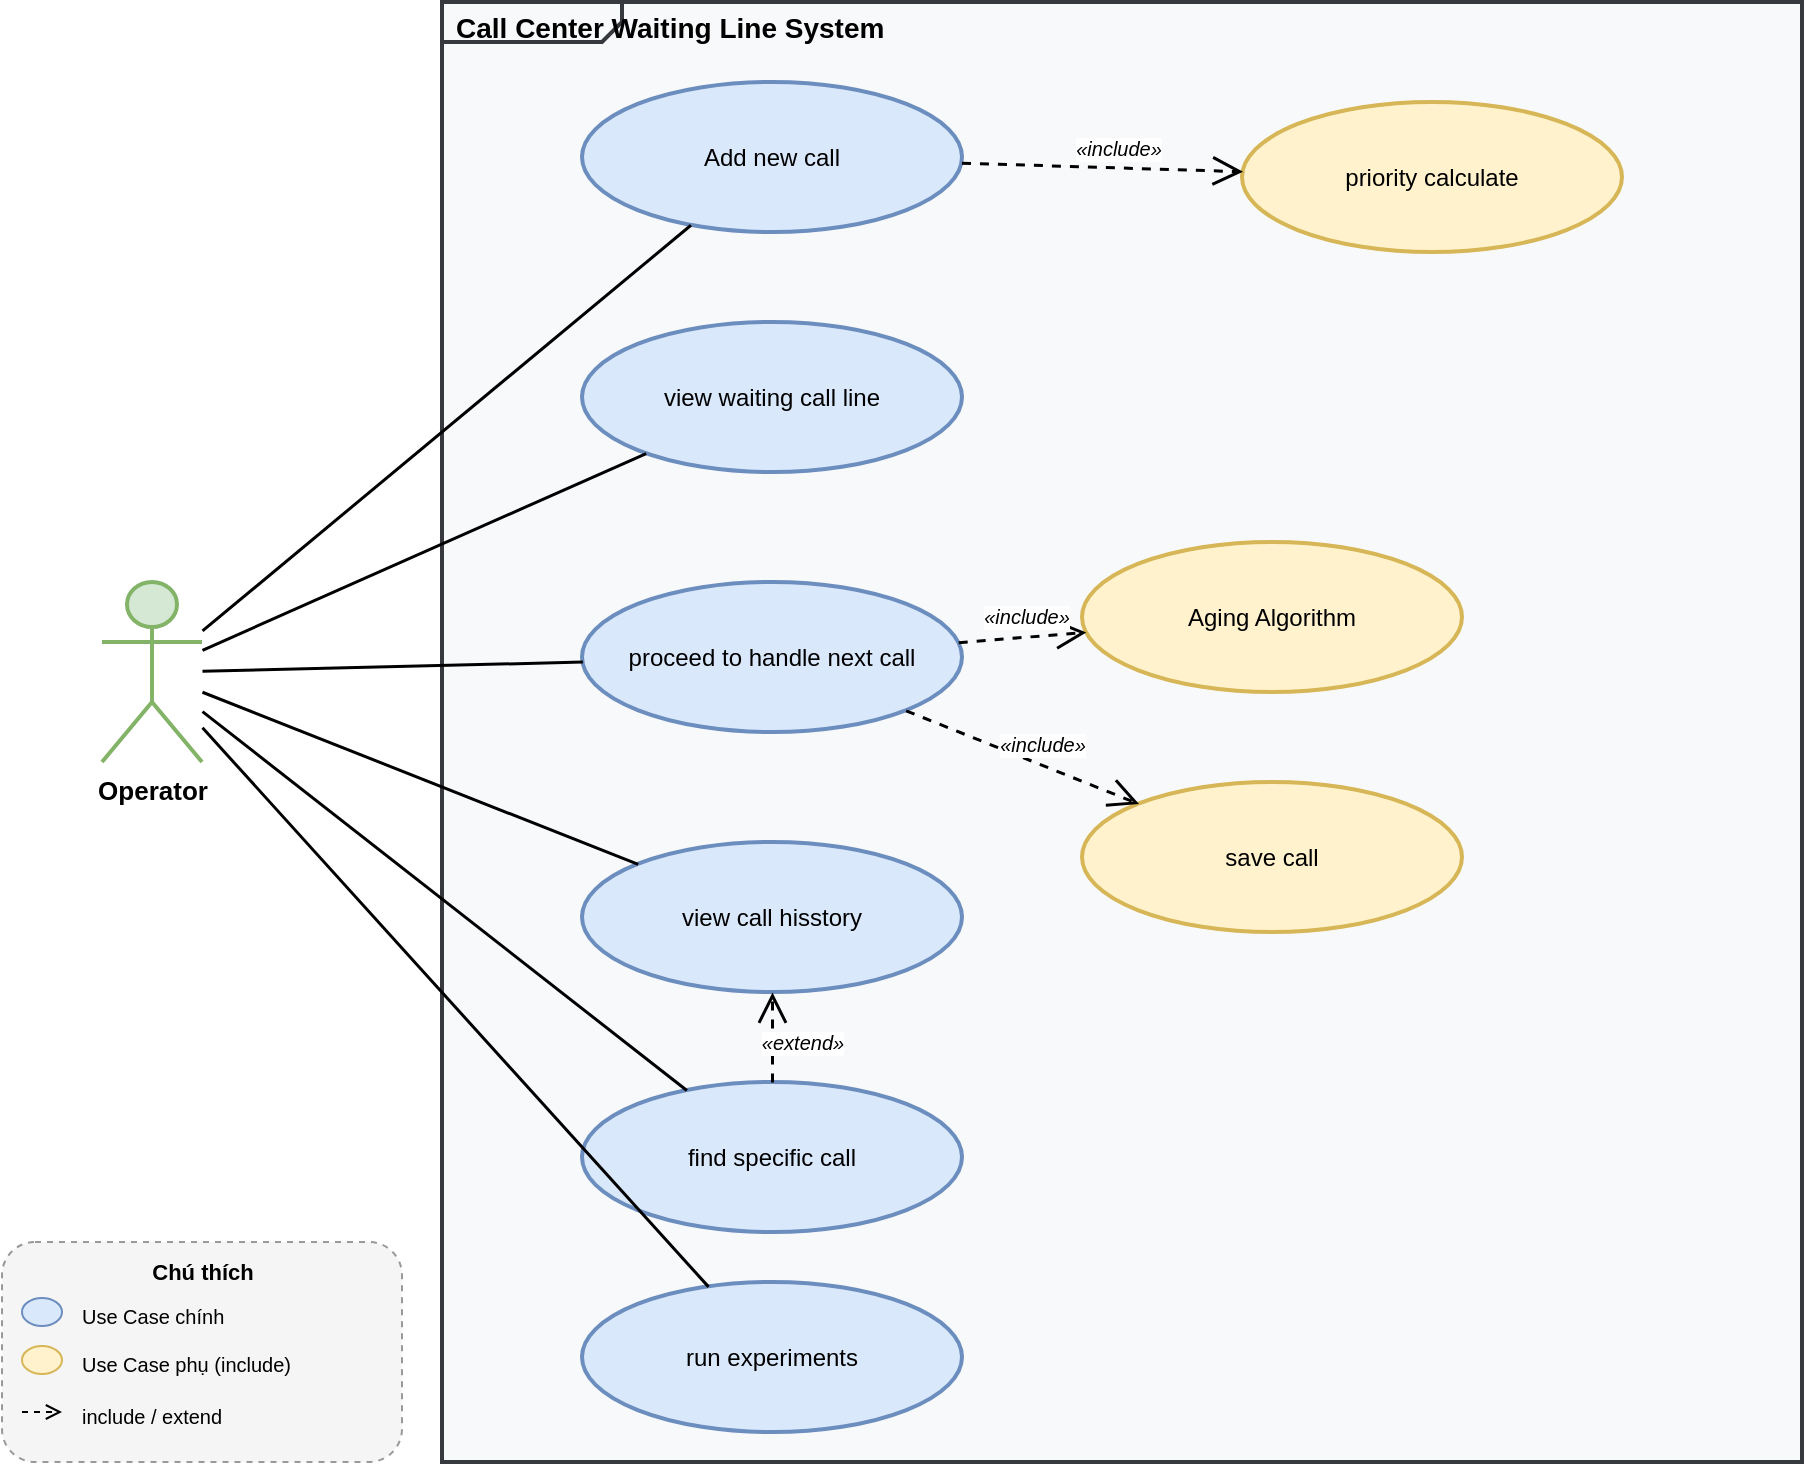
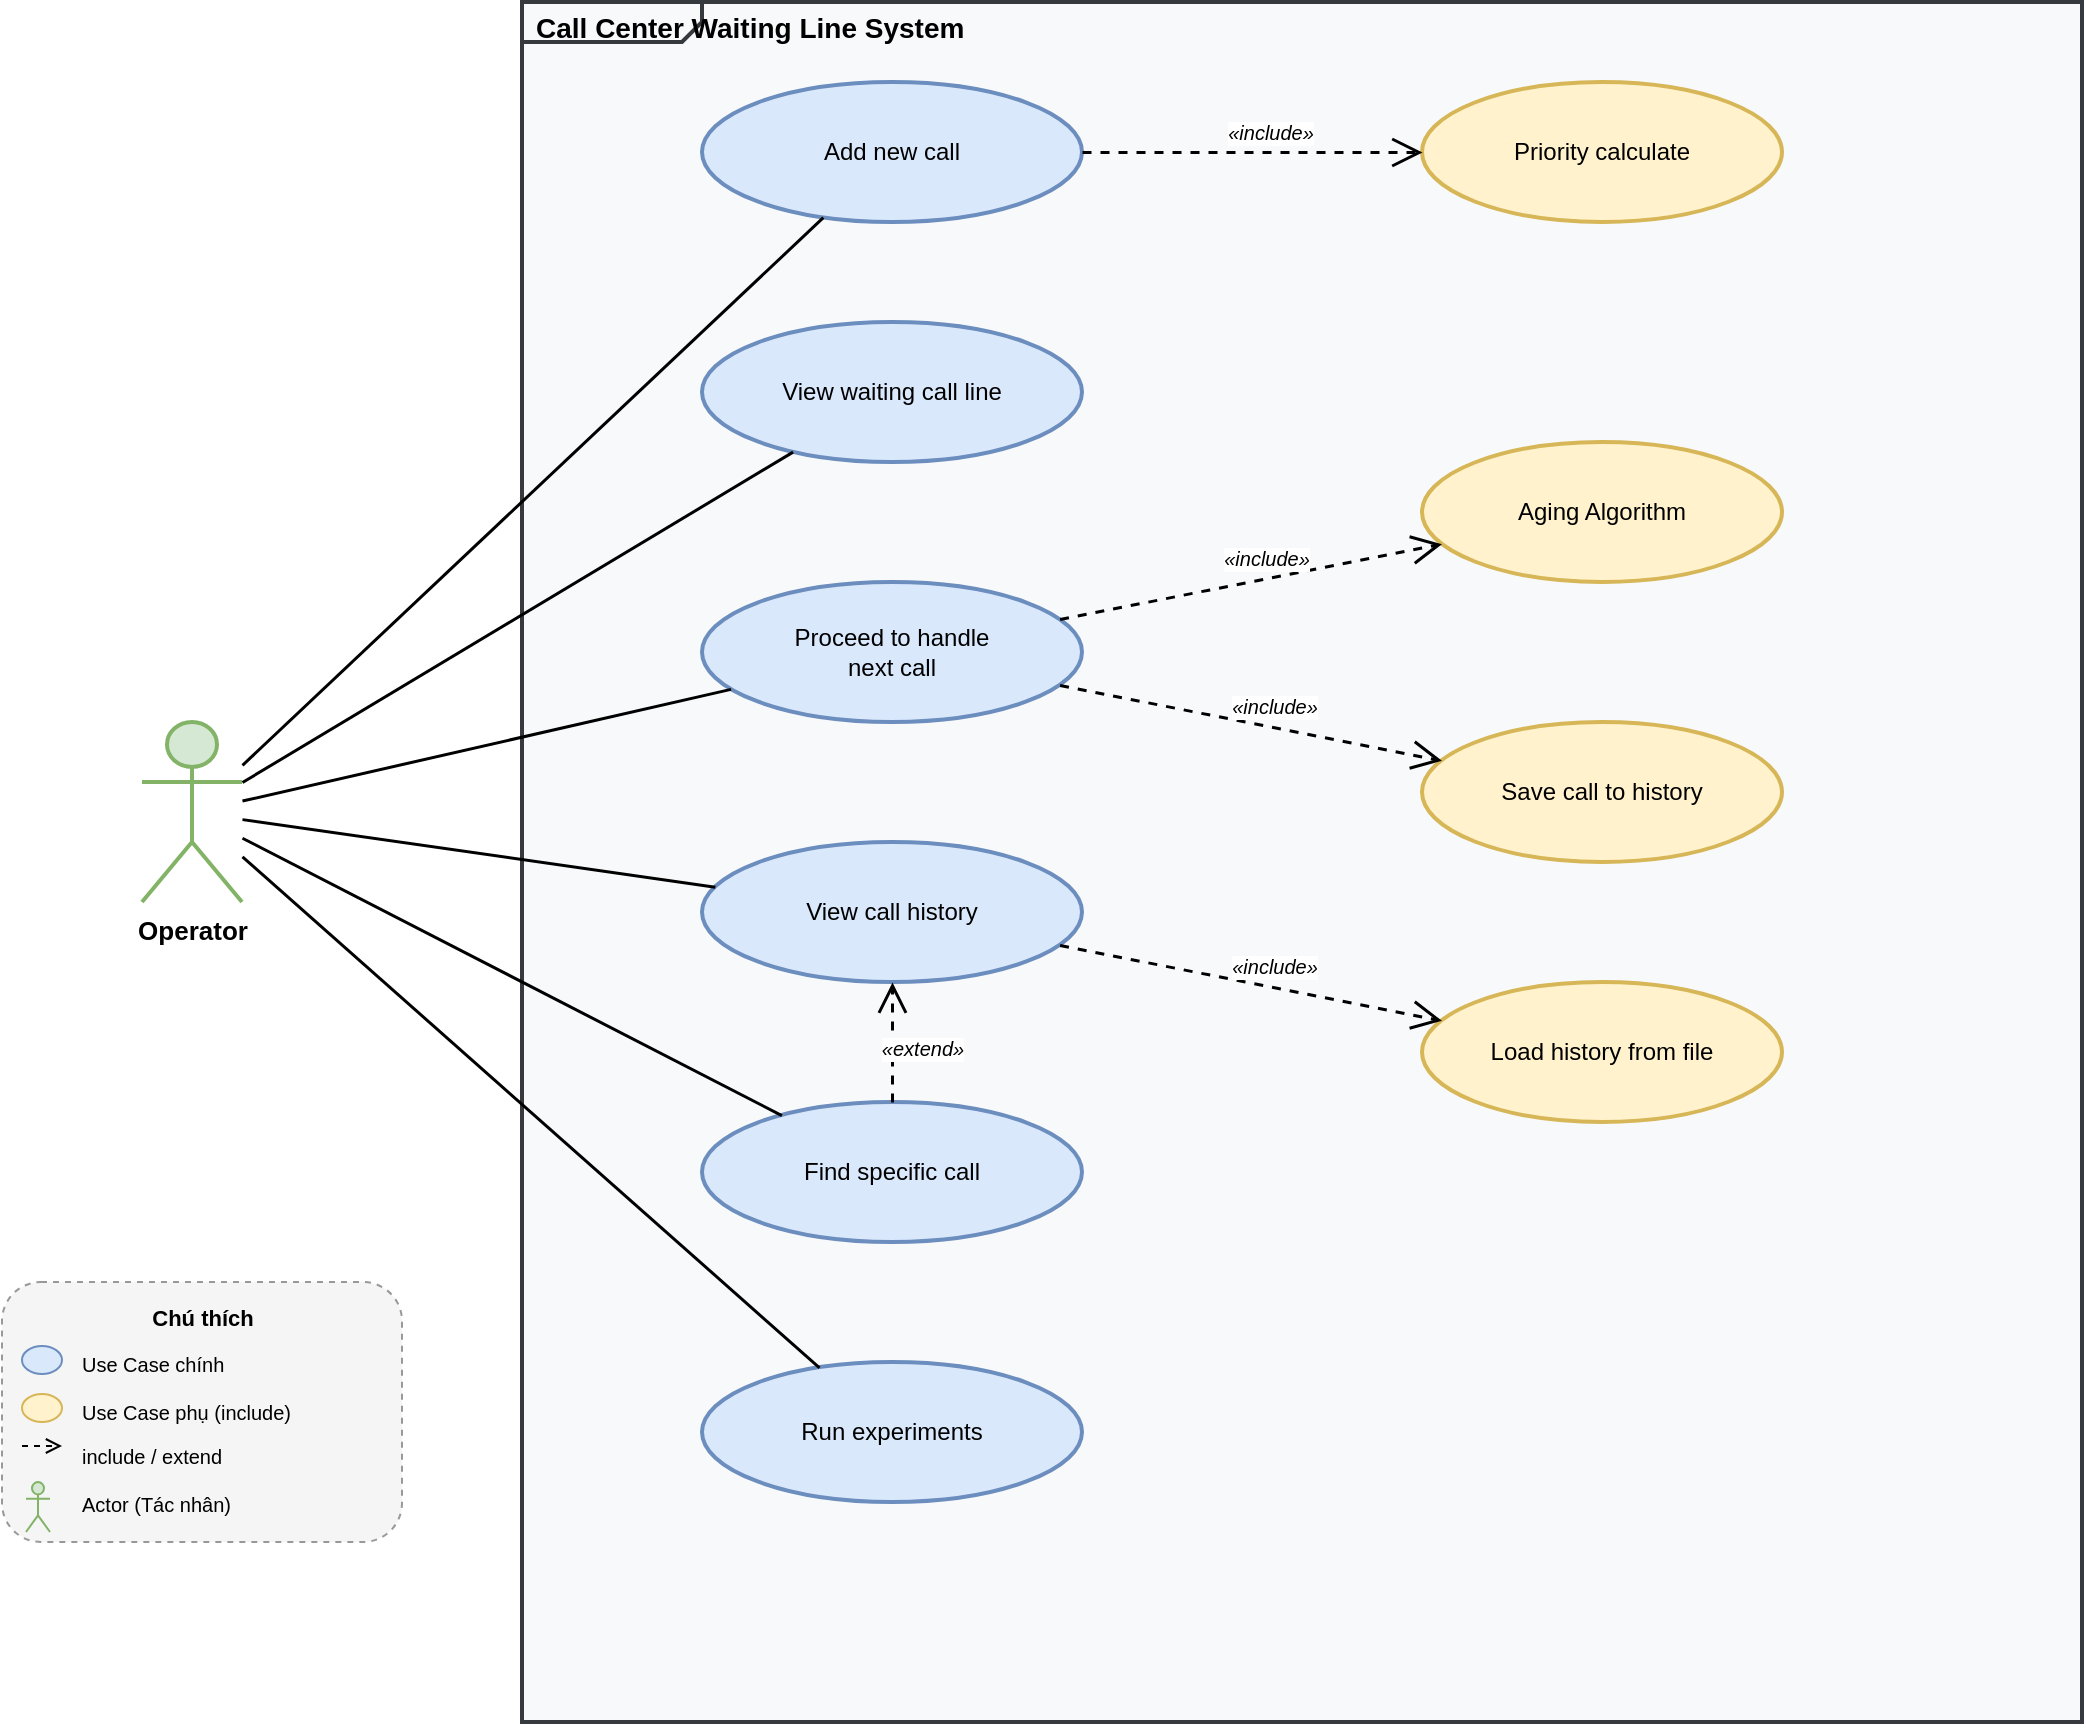
<mxfile host="Electron" agent="Antigravity">
  <diagram id="use-case-diagram" name="Use Case Diagram">
-     <mxGraphModel dx="1032" dy="749" grid="1" gridSize="10" guides="1" tooltips="1" connect="1" arrows="1" fold="1" page="1" pageScale="1" pageWidth="1169" pageHeight="827" math="0" shadow="0">
+     <mxGraphModel dx="1200" dy="900" grid="1" gridSize="10" guides="1" tooltips="1" connect="1" arrows="1" fold="1" page="1" pageScale="1" pageWidth="1400" pageHeight="1000" math="0" shadow="0">
      <root>
        <mxCell id="0" />
        <mxCell id="1" parent="0" />
+ 
        <mxCell id="sys_boundary" parent="1" style="shape=mxgraph.sysml.package;html=1;whiteSpace=wrap;align=left;verticalAlign=top;spacingTop=-2;spacingLeft=5;fontSize=14;strokeColor=#36393d;fillColor=#F8F9FA;strokeWidth=2;labelBackgroundColor=none;overflow=hidden;" value="&lt;b&gt;Call Center Waiting Line System&lt;/b&gt;" vertex="1">
-           <mxGeometry height="730" width="680" x="240" y="40" as="geometry" />
+           <mxGeometry height="860" width="780" x="280" y="40" as="geometry" />
        </mxCell>
+ 
        <mxCell id="actor_operator" parent="1" style="shape=umlActor;verticalLabelPosition=bottom;verticalAlign=top;html=1;outlineConnect=0;fillColor=#d5e8d4;strokeColor=#82b366;strokeWidth=2;fontSize=13;fontStyle=1;" value="Operator" vertex="1">
-           <mxGeometry height="90" width="50" x="70" y="330" as="geometry" />
+           <mxGeometry height="90" width="50" x="90" y="400" as="geometry" />
        </mxCell>
+ 
        <mxCell id="uc1" parent="1" style="ellipse;whiteSpace=wrap;html=1;fillColor=#dae8fc;strokeColor=#6c8ebf;strokeWidth=2;fontSize=12;" value="Add new call" vertex="1">
-           <mxGeometry height="75" width="190" x="310" y="80" as="geometry" />
+           <mxGeometry height="70" width="190" x="370" y="80" as="geometry" />
        </mxCell>
-         <mxCell id="uc2" parent="1" style="ellipse;whiteSpace=wrap;html=1;fillColor=#dae8fc;strokeColor=#6c8ebf;strokeWidth=2;fontSize=12;" value="view waiting call line" vertex="1">
-           <mxGeometry height="75" width="190" x="310" y="200" as="geometry" />
+ 
+         <mxCell id="uc2" parent="1" style="ellipse;whiteSpace=wrap;html=1;fillColor=#dae8fc;strokeColor=#6c8ebf;strokeWidth=2;fontSize=12;" value="View waiting call line" vertex="1">
+           <mxGeometry height="70" width="190" x="370" y="200" as="geometry" />
        </mxCell>
-         <mxCell id="uc3" parent="1" style="ellipse;whiteSpace=wrap;html=1;fillColor=#dae8fc;strokeColor=#6c8ebf;strokeWidth=2;fontSize=12;" value="proceed to handle next call" vertex="1">
-           <mxGeometry height="75" width="190" x="310" y="330" as="geometry" />
+ 
+         <mxCell id="uc3" parent="1" style="ellipse;whiteSpace=wrap;html=1;fillColor=#dae8fc;strokeColor=#6c8ebf;strokeWidth=2;fontSize=12;" value="Proceed to handle&lt;br&gt;next call" vertex="1">
+           <mxGeometry height="70" width="190" x="370" y="330" as="geometry" />
        </mxCell>
-         <mxCell id="uc4" parent="1" style="ellipse;whiteSpace=wrap;html=1;fillColor=#dae8fc;strokeColor=#6c8ebf;strokeWidth=2;fontSize=12;" value="view call hisstory" vertex="1">
-           <mxGeometry height="75" width="190" x="310" y="460" as="geometry" />
+ 
+         <mxCell id="uc4" parent="1" style="ellipse;whiteSpace=wrap;html=1;fillColor=#dae8fc;strokeColor=#6c8ebf;strokeWidth=2;fontSize=12;" value="View call history" vertex="1">
+           <mxGeometry height="70" width="190" x="370" y="460" as="geometry" />
        </mxCell>
-         <mxCell id="uc5" parent="1" style="ellipse;whiteSpace=wrap;html=1;fillColor=#dae8fc;strokeColor=#6c8ebf;strokeWidth=2;fontSize=12;" value="find specific call" vertex="1">
-           <mxGeometry height="75" width="190" x="310" y="580" as="geometry" />
+ 
+         <mxCell id="uc5" parent="1" style="ellipse;whiteSpace=wrap;html=1;fillColor=#dae8fc;strokeColor=#6c8ebf;strokeWidth=2;fontSize=12;" value="Find specific call" vertex="1">
+           <mxGeometry height="70" width="190" x="370" y="590" as="geometry" />
        </mxCell>
-         <mxCell id="uc6" parent="1" style="ellipse;whiteSpace=wrap;html=1;fillColor=#dae8fc;strokeColor=#6c8ebf;strokeWidth=2;fontSize=12;" value="run experiments" vertex="1">
-           <mxGeometry height="75" width="190" x="310" y="680" as="geometry" />
+ 
+         <mxCell id="uc6" parent="1" style="ellipse;whiteSpace=wrap;html=1;fillColor=#dae8fc;strokeColor=#6c8ebf;strokeWidth=2;fontSize=12;" value="Run experiments" vertex="1">
+           <mxGeometry height="70" width="190" x="370" y="720" as="geometry" />
        </mxCell>
-         <mxCell id="uc7" parent="1" style="ellipse;whiteSpace=wrap;html=1;fillColor=#fff2cc;strokeColor=#d6b656;strokeWidth=2;fontSize=12;" value="priority calculate" vertex="1">
-           <mxGeometry height="75" width="190" x="640" y="90" as="geometry" />
+ 
+         <mxCell id="uc7" parent="1" style="ellipse;whiteSpace=wrap;html=1;fillColor=#fff2cc;strokeColor=#d6b656;strokeWidth=2;fontSize=12;" value="Priority calculate" vertex="1">
+           <mxGeometry height="70" width="180" x="730" y="80" as="geometry" />
        </mxCell>
-         <mxCell id="uc8" parent="1" style="ellipse;whiteSpace=wrap;html=1;fillColor=#fff2cc;strokeColor=#d6b656;strokeWidth=2;fontSize=12;" value="&lt;div&gt;&lt;span style=&quot;background-color: transparent; color: light-dark(rgb(0, 0, 0), rgb(255, 255, 255));&quot;&gt;Aging Algorithm&lt;/span&gt;&lt;/div&gt;" vertex="1">
-           <mxGeometry height="75" width="190" x="560" y="310" as="geometry" />
+ 
+         <mxCell id="uc8" parent="1" style="ellipse;whiteSpace=wrap;html=1;fillColor=#fff2cc;strokeColor=#d6b656;strokeWidth=2;fontSize=12;" value="Aging Algorithm" vertex="1">
+           <mxGeometry height="70" width="180" x="730" y="260" as="geometry" />
        </mxCell>
-         <mxCell id="uc9" parent="1" style="ellipse;whiteSpace=wrap;html=1;fillColor=#fff2cc;strokeColor=#d6b656;strokeWidth=2;fontSize=12;" value="save call" vertex="1">
-           <mxGeometry height="75" width="190" x="560" y="430" as="geometry" />
+ 
+         <mxCell id="uc9" parent="1" style="ellipse;whiteSpace=wrap;html=1;fillColor=#fff2cc;strokeColor=#d6b656;strokeWidth=2;fontSize=12;" value="Save call to history" vertex="1">
+           <mxGeometry height="70" width="180" x="730" y="400" as="geometry" />
        </mxCell>
+ 
+         <mxCell id="uc10" parent="1" style="ellipse;whiteSpace=wrap;html=1;fillColor=#fff2cc;strokeColor=#d6b656;strokeWidth=2;fontSize=12;" value="Load history from file" vertex="1">
+           <mxGeometry height="70" width="180" x="730" y="530" as="geometry" />
+         </mxCell>
+ 
        <mxCell id="assoc_1" edge="1" parent="1" source="actor_operator" style="endArrow=none;html=1;strokeWidth=1.5;" target="uc1">
          <mxGeometry relative="1" as="geometry" />
        </mxCell>
        <mxCell id="assoc_2" edge="1" parent="1" source="actor_operator" style="endArrow=none;html=1;strokeWidth=1.5;" target="uc2">
          <mxGeometry relative="1" as="geometry" />
        </mxCell>
        <mxCell id="assoc_3" edge="1" parent="1" source="actor_operator" style="endArrow=none;html=1;strokeWidth=1.5;" target="uc3">
          <mxGeometry relative="1" as="geometry" />
        </mxCell>
        <mxCell id="assoc_4" edge="1" parent="1" source="actor_operator" style="endArrow=none;html=1;strokeWidth=1.5;" target="uc4">
          <mxGeometry relative="1" as="geometry" />
        </mxCell>
        <mxCell id="assoc_5" edge="1" parent="1" source="actor_operator" style="endArrow=none;html=1;strokeWidth=1.5;" target="uc5">
          <mxGeometry relative="1" as="geometry" />
        </mxCell>
        <mxCell id="assoc_6" edge="1" parent="1" source="actor_operator" style="endArrow=none;html=1;strokeWidth=1.5;" target="uc6">
          <mxGeometry relative="1" as="geometry" />
        </mxCell>
+ 
        <mxCell id="inc_1_7" edge="1" parent="1" source="uc1" style="endArrow=open;endSize=12;dashed=1;html=1;strokeWidth=1.5;fontSize=10;labelBackgroundColor=#FFFFFF;" target="uc7" value="&lt;i&gt;«include»&lt;/i&gt;">
          <mxGeometry relative="1" x="0.1" y="10" as="geometry">
            <mxPoint as="offset" />
          </mxGeometry>
        </mxCell>
+ 
        <mxCell id="inc_3_8" edge="1" parent="1" source="uc3" style="endArrow=open;endSize=12;dashed=1;html=1;strokeWidth=1.5;fontSize=10;labelBackgroundColor=#FFFFFF;" target="uc8" value="&lt;i&gt;«include»&lt;/i&gt;">
          <mxGeometry relative="1" x="0.1" y="10" as="geometry">
            <mxPoint as="offset" />
          </mxGeometry>
        </mxCell>
+ 
        <mxCell id="inc_3_9" edge="1" parent="1" source="uc3" style="endArrow=open;endSize=12;dashed=1;html=1;strokeWidth=1.5;fontSize=10;labelBackgroundColor=#FFFFFF;" target="uc9" value="&lt;i&gt;«include»&lt;/i&gt;">
          <mxGeometry relative="1" x="0.1" y="10" as="geometry">
            <mxPoint as="offset" />
          </mxGeometry>
        </mxCell>
+ 
+         <mxCell id="inc_4_10" edge="1" parent="1" source="uc4" style="endArrow=open;endSize=12;dashed=1;html=1;strokeWidth=1.5;fontSize=10;labelBackgroundColor=#FFFFFF;" target="uc10" value="&lt;i&gt;«include»&lt;/i&gt;">
+           <mxGeometry relative="1" x="0.1" y="10" as="geometry">
+             <mxPoint as="offset" />
+           </mxGeometry>
+         </mxCell>
+ 
        <mxCell id="ext_5_4" edge="1" parent="1" source="uc5" style="endArrow=open;endSize=12;dashed=1;html=1;strokeWidth=1.5;fontSize=10;labelBackgroundColor=#FFFFFF;" target="uc4" value="&lt;i&gt;«extend»&lt;/i&gt;">
          <mxGeometry relative="1" x="-0.1" y="-15" as="geometry">
            <mxPoint as="offset" />
          </mxGeometry>
        </mxCell>
+ 
        <mxCell id="legend_box" parent="1" style="rounded=1;whiteSpace=wrap;html=1;fillColor=#f5f5f5;strokeColor=#999999;strokeWidth=1;dashed=1;" value="" vertex="1">
-           <mxGeometry height="110" width="200" x="20" y="660" as="geometry" />
+           <mxGeometry height="130" width="200" x="20" y="680" as="geometry" />
        </mxCell>
-         <mxCell id="legend_title" parent="1" style="text;html=1;fontSize=11;align=center;" value="&lt;b&gt;Chú thích&lt;/b&gt;" vertex="1">
-           <mxGeometry height="20" width="100" x="70" y="662" as="geometry" />
+         <mxCell id="legend_title" parent="1" style="text;html=1;fontSize=11;align=center;fontStyle=1;" value="&lt;b&gt;Chú thích&lt;/b&gt;" vertex="1">
+           <mxGeometry height="20" width="100" x="70" y="685" as="geometry" />
        </mxCell>
        <mxCell id="legend_blue" parent="1" style="ellipse;fillColor=#dae8fc;strokeColor=#6c8ebf;strokeWidth=1;" value="" vertex="1">
-           <mxGeometry height="14" width="20" x="30" y="688" as="geometry" />
+           <mxGeometry height="14" width="20" x="30" y="712" as="geometry" />
        </mxCell>
        <mxCell id="legend_blue_text" parent="1" style="text;html=1;fontSize=10;align=left;" value="Use Case chính" vertex="1">
-           <mxGeometry height="20" width="150" x="58" y="685" as="geometry" />
+           <mxGeometry height="20" width="150" x="58" y="709" as="geometry" />
        </mxCell>
        <mxCell id="legend_yellow" parent="1" style="ellipse;fillColor=#fff2cc;strokeColor=#d6b656;strokeWidth=1;" value="" vertex="1">
-           <mxGeometry height="14" width="20" x="30" y="712" as="geometry" />
+           <mxGeometry height="14" width="20" x="30" y="736" as="geometry" />
        </mxCell>
        <mxCell id="legend_yellow_text" parent="1" style="text;html=1;fontSize=10;align=left;" value="Use Case phụ (include)" vertex="1">
-           <mxGeometry height="20" width="150" x="58" y="709" as="geometry" />
+           <mxGeometry height="20" width="150" x="58" y="733" as="geometry" />
        </mxCell>
        <mxCell id="legend_dashed" edge="1" parent="1" style="endArrow=open;dashed=1;html=1;strokeWidth=1;" value="">
          <mxGeometry relative="1" as="geometry">
-             <mxPoint x="30" y="745" as="sourcePoint" />
-             <mxPoint x="50" y="745" as="targetPoint" />
+             <mxPoint x="30" y="762" as="sourcePoint" />
+             <mxPoint x="50" y="762" as="targetPoint" />
          </mxGeometry>
        </mxCell>
        <mxCell id="legend_dashed_text" parent="1" style="text;html=1;fontSize=10;align=left;" value="include / extend" vertex="1">
-           <mxGeometry height="20" width="150" x="58" y="735" as="geometry" />
+           <mxGeometry height="20" width="150" x="58" y="755" as="geometry" />
        </mxCell>
+         <mxCell id="legend_actor" parent="1" style="shape=umlActor;html=1;fillColor=#d5e8d4;strokeColor=#82b366;strokeWidth=1;" value="" vertex="1">
+           <mxGeometry height="25" width="12" x="32" y="780" as="geometry" />
+         </mxCell>
+         <mxCell id="legend_actor_text" parent="1" style="text;html=1;fontSize=10;align=left;" value="Actor (Tác nhân)" vertex="1">
+           <mxGeometry height="20" width="150" x="58" y="779" as="geometry" />
+         </mxCell>
+ 
      </root>
    </mxGraphModel>
  </diagram>
</mxfile>
